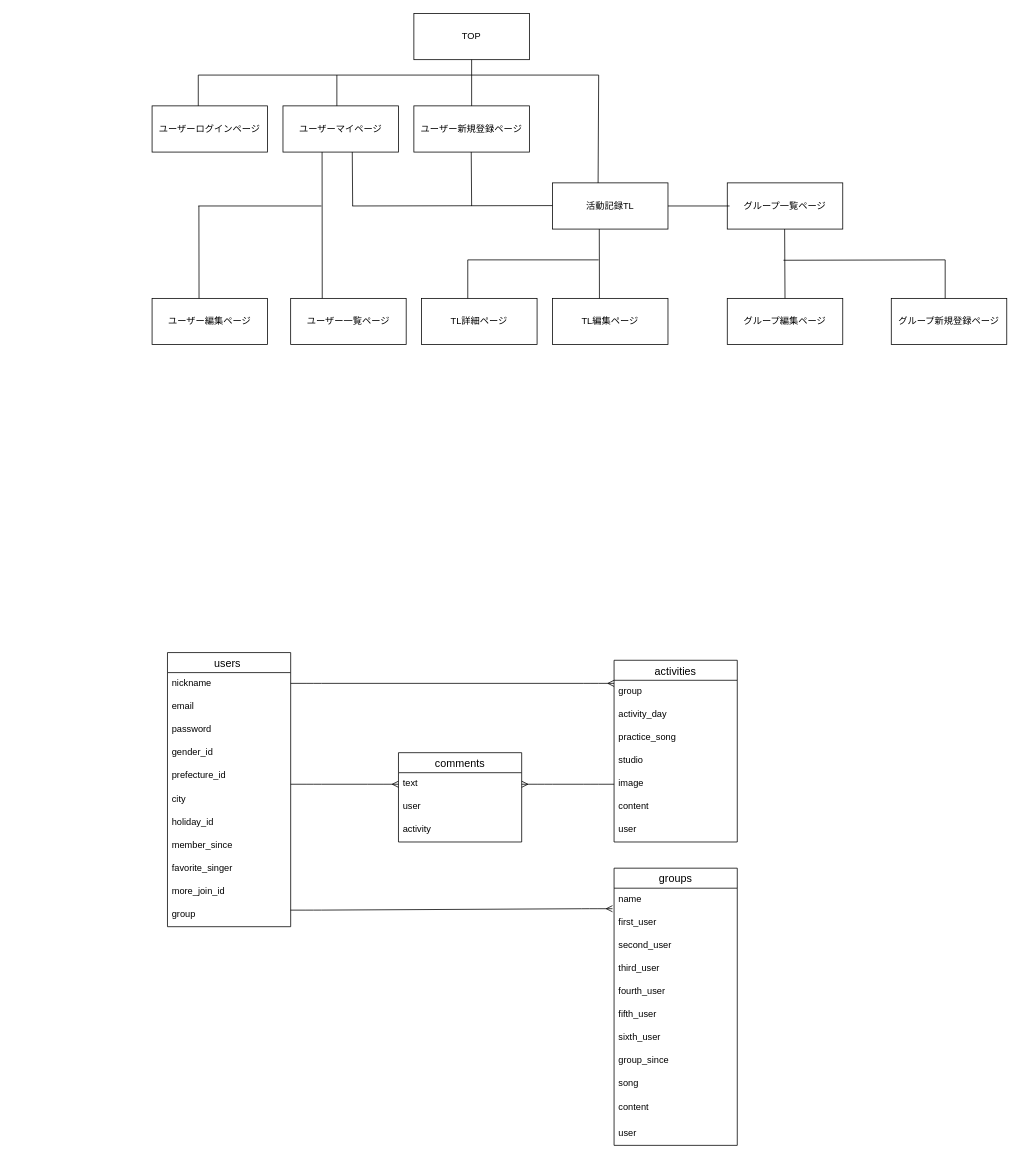
Above: test.dio in kazuhira1228/swap-song (draw.io), before the change. Source tidied: cells renumbered, new cells numbered last; positions are measured from the earlier drawing's top-left corner, leaving out a move shared by most shapes. Both pictures are drawn from the tidied source at 77%, with x=0, y=0 at pixel (152, 13).
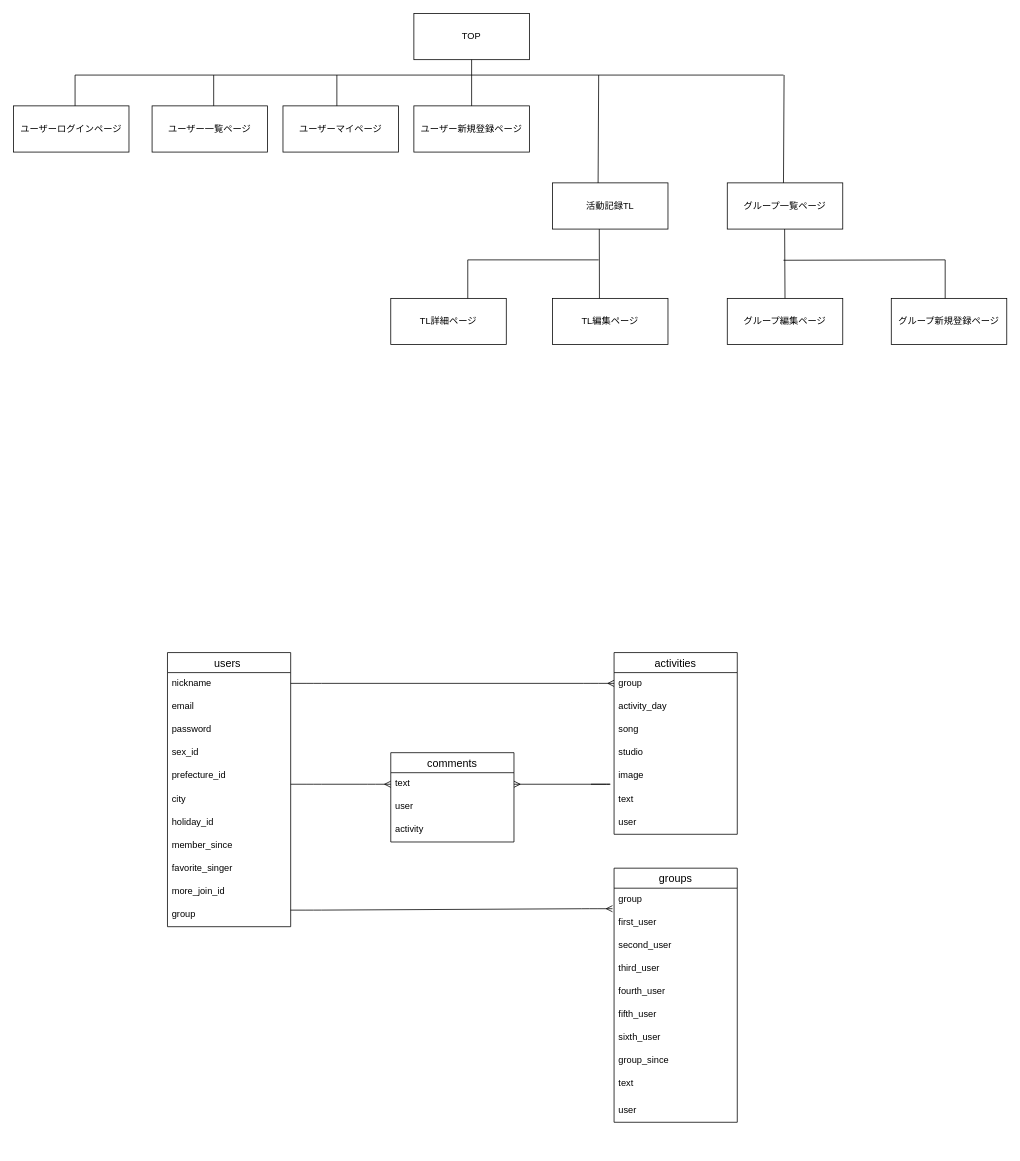
The same page after the edit.

Unchanged cells that the change refers to:
```xml
<mxCell id="12" value="users " style="swimlane;fontStyle=0;horizontal=1;startSize=26;align=center;fontSize=14;" parent="1" vertex="1">
  <mxGeometry x="20" y="830" width="160" height="356" as="geometry" />
</mxCell>
<mxCell id="29" value="image" style="text;strokeColor=none;fillColor=none;spacingLeft=4;spacingRight=4;overflow=hidden;points=[[0,0.5],[1,0.5]];portConstraint=eastwest;fontSize=12;" parent="24" vertex="1">
  <mxGeometry y="146" width="160" height="30" as="geometry" />
</mxCell>
<mxCell id="45" value="text" style="text;strokeColor=none;fillColor=none;spacingLeft=4;spacingRight=4;overflow=hidden;points=[[0,0.5],[1,0.5]];portConstraint=eastwest;fontSize=12;" parent="44" vertex="1">
  <mxGeometry y="26" width="160" height="30" as="geometry" />
</mxCell>
```

What changed in the source:
```diff
@@
     <mxCell id="3" value="ユーザーログインページ" style="whiteSpace=wrap;html=1;align=center;newEdgeStyle={&quot;edgeStyle&quot;:&quot;elbowEdgeStyle&quot;,&quot;startArrow&quot;:&quot;none&quot;,&quot;endArrow&quot;:&quot;none&quot;};" parent="1" vertex="1">
-      <mxGeometry y="120" width="150" height="60" as="geometry" />
+      <mxGeometry x="-180" y="120" width="150" height="60" as="geometry" />
     </mxCell>
@@
-    <mxCell id="5" value="ユーザーマイページ" style="whiteSpace=wrap;html=1;align=center;newEdgeStyle={&quot;edgeStyle&quot;:&quot;elbowEdgeStyle&quot;,&quot;startArrow&quot;:&quot;none&quot;,&quot;endArrow&quot;:&quot;none&quot;};" parent="1" vertex="1">
-      <mxGeometry x="170" y="120" width="150" height="60" as="geometry" />
-    </mxCell>
     <mxCell id="6" value="ユーザー一覧ページ" style="whiteSpace=wrap;html=1;align=center;newEdgeStyle={&quot;edgeStyle&quot;:&quot;elbowEdgeStyle&quot;,&quot;startArrow&quot;:&quot;none&quot;,&quot;endArrow&quot;:&quot;none&quot;};" parent="1" vertex="1">
-      <mxGeometry x="180" y="370" width="150" height="60" as="geometry" />
+      <mxGeometry y="120" width="150" height="60" as="geometry" />
     </mxCell>
@@
-    <mxCell id="16" value="gender_id" style="text;strokeColor=none;fillColor=none;spacingLeft=4;spacingRight=4;overflow=hidden;fontSize=12;" parent="12" vertex="1">
+    <mxCell id="16" value="sex_id" style="text;strokeColor=none;fillColor=none;spacingLeft=4;spacingRight=4;overflow=hidden;fontSize=12;" parent="12" vertex="1">
       <mxGeometry y="116" width="160" height="30" as="geometry" />
     </mxCell>
@@
     <mxCell id="24" value="activities" style="swimlane;fontStyle=0;horizontal=1;startSize=26;align=center;fontSize=14;" parent="1" vertex="1">
-      <mxGeometry x="600" y="840" width="160" height="236" as="geometry" />
+      <mxGeometry x="600" y="830" width="160" height="236" as="geometry" />
     </mxCell>
@@
-    <mxCell id="27" value="practice_song" style="text;strokeColor=none;fillColor=none;spacingLeft=4;spacingRight=4;overflow=hidden;fontSize=12;" parent="24" vertex="1">
+    <mxCell id="27" value="song" style="text;strokeColor=none;fillColor=none;spacingLeft=4;spacingRight=4;overflow=hidden;fontSize=12;" parent="24" vertex="1">
       <mxGeometry y="86" width="160" height="30" as="geometry" />
     </mxCell>
@@
-    <mxCell id="30" value="content" style="text;strokeColor=none;fillColor=none;spacingLeft=4;spacingRight=4;overflow=hidden;fontSize=12;" parent="24" vertex="1">
+    <mxCell id="30" value="text" style="text;strokeColor=none;fillColor=none;spacingLeft=4;spacingRight=4;overflow=hidden;fontSize=12;" parent="24" vertex="1">
       <mxGeometry y="176" width="160" height="30" as="geometry" />
     </mxCell>
@@
     <mxCell id="32" value="groups" style="swimlane;fontStyle=0;horizontal=1;startSize=26;align=center;fontSize=14;" parent="1" vertex="1">
-      <mxGeometry x="600" y="1110" width="160" height="360" as="geometry" />
+      <mxGeometry x="600" y="1110" width="160" height="330" as="geometry" />
     </mxCell>
-    <mxCell id="33" value="name" style="text;strokeColor=none;fillColor=none;spacingLeft=4;spacingRight=4;overflow=hidden;points=[[0,0.5],[1,0.5]];portConstraint=eastwest;fontSize=12;" parent="32" vertex="1">
+    <mxCell id="33" value="group" style="text;strokeColor=none;fillColor=none;spacingLeft=4;spacingRight=4;overflow=hidden;points=[[0,0.5],[1,0.5]];portConstraint=eastwest;fontSize=12;" parent="32" vertex="1">
       <mxGeometry y="26" width="160" height="30" as="geometry" />
     </mxCell>
@@
-    <mxCell id="41" value="song" style="text;strokeColor=none;fillColor=none;spacingLeft=4;spacingRight=4;overflow=hidden;fontSize=12;" parent="32" vertex="1">
-      <mxGeometry y="266" width="160" height="30" as="geometry" />
-    </mxCell>
-    <mxCell id="42" value="content" style="text;strokeColor=none;fillColor=none;spacingLeft=4;spacingRight=4;overflow=hidden;fontSize=12;" parent="32" vertex="1">
-      <mxGeometry y="296" width="160" height="34" as="geometry" />
+    <mxCell id="42" value="text" style="text;strokeColor=none;fillColor=none;spacingLeft=4;spacingRight=4;overflow=hidden;fontSize=12;" parent="32" vertex="1">
+      <mxGeometry y="266" width="160" height="34" as="geometry" />
     </mxCell>
     <mxCell id="43" value="user" style="text;strokeColor=none;fillColor=none;spacingLeft=4;spacingRight=4;overflow=hidden;fontSize=12;" parent="32" vertex="1">
-      <mxGeometry y="330" width="160" height="30" as="geometry" />
+      <mxGeometry y="300" width="160" height="30" as="geometry" />
     </mxCell>
     <mxCell id="44" value="comments" style="swimlane;fontStyle=0;horizontal=1;startSize=26;align=center;fontSize=14;" parent="1" vertex="1">
-      <mxGeometry x="320" y="960" width="160" height="116" as="geometry" />
+      <mxGeometry x="310" y="960" width="160" height="116" as="geometry" />
     </mxCell>
@@
-    <mxCell id="51" style="edgeStyle=entityRelationEdgeStyle;fontSize=12;html=1;endArrow=ERmany;entryX=1;entryY=0.5;entryDx=0;entryDy=0;exitX=0;exitY=0.5;exitDx=0;exitDy=0;" parent="1" edge="1" source="29" target="45">
-      <mxGeometry relative="1" as="geometry" />
+    <mxCell id="51" style="edgeStyle=entityRelationEdgeStyle;fontSize=12;html=1;endArrow=ERmany;entryX=1;entryY=0.5;entryDx=0;entryDy=0;" parent="1" edge="1" target="45">
+      <mxGeometry relative="1" as="geometry">
+        <mxPoint x="570" y="1001" as="sourcePoint" />
+      </mxGeometry>
     </mxCell>
@@
     <mxCell id="54" style="endArrow=none;html=1;" parent="1" edge="1">
       <mxGeometry relative="1" as="geometry">
-        <mxPoint x="60" y="80" as="sourcePoint" />
-        <mxPoint x="580" y="80" as="targetPoint" />
+        <mxPoint x="-100" y="80" as="sourcePoint" />
+        <mxPoint x="820" y="80" as="targetPoint" />
       </mxGeometry>
     </mxCell>
@@
-    <mxCell id="56" style="endArrow=none;html=1;entryX=0.5;entryY=1;entryDx=0;entryDy=0;" parent="1" edge="1">
-      <mxGeometry relative="1" as="geometry">
-        <mxPoint x="240" y="120" as="sourcePoint" />
-        <mxPoint x="240" y="80" as="targetPoint" />
-      </mxGeometry>
-    </mxCell>
-    <mxCell id="57" style="endArrow=none;html=1;entryX=0.5;entryY=1;entryDx=0;entryDy=0;" parent="1" edge="1">
-      <mxGeometry relative="1" as="geometry">
-        <mxPoint x="60" y="120" as="sourcePoint" />
-        <mxPoint x="60" y="80" as="targetPoint" />
-      </mxGeometry>
-    </mxCell>
@@
-    <mxCell id="59" style="endArrow=none;html=1;" parent="1" edge="1">
-      <mxGeometry relative="1" as="geometry">
-        <mxPoint x="260" y="250" as="sourcePoint" />
-        <mxPoint x="520" y="249.5" as="targetPoint" />
-      </mxGeometry>
-    </mxCell>
-    <mxCell id="60" style="endArrow=none;html=1;entryX=0.5;entryY=1;entryDx=0;entryDy=0;" parent="1" edge="1">
-      <mxGeometry relative="1" as="geometry">
-        <mxPoint x="415" y="250" as="sourcePoint" />
-        <mxPoint x="414.5" y="180" as="targetPoint" />
-      </mxGeometry>
-    </mxCell>
-    <mxCell id="61" style="endArrow=none;html=1;entryX=0.5;entryY=1;entryDx=0;entryDy=0;" parent="1" edge="1">
-      <mxGeometry relative="1" as="geometry">
-        <mxPoint x="260.5" y="250" as="sourcePoint" />
-        <mxPoint x="260" y="180" as="targetPoint" />
-      </mxGeometry>
-    </mxCell>
-    <mxCell id="62" style="endArrow=none;html=1;" parent="1" edge="1">
-      <mxGeometry relative="1" as="geometry">
-        <mxPoint x="670" y="250" as="sourcePoint" />
-        <mxPoint x="750" y="250" as="targetPoint" />
-      </mxGeometry>
-    </mxCell>
@@
-    <mxCell id="66" value="ユーザー編集ページ" style="whiteSpace=wrap;html=1;align=center;newEdgeStyle={&quot;edgeStyle&quot;:&quot;elbowEdgeStyle&quot;,&quot;startArrow&quot;:&quot;none&quot;,&quot;endArrow&quot;:&quot;none&quot;};" parent="1" vertex="1">
-      <mxGeometry y="370" width="150" height="60" as="geometry" />
-    </mxCell>
-    <mxCell id="67" style="endArrow=none;html=1;" parent="1" edge="1">
-      <mxGeometry relative="1" as="geometry">
-        <mxPoint x="221" y="370" as="sourcePoint" />
-        <mxPoint x="220.8" y="180" as="targetPoint" />
-      </mxGeometry>
-    </mxCell>
-    <mxCell id="68" style="endArrow=none;html=1;" parent="1" edge="1">
-      <mxGeometry relative="1" as="geometry">
-        <mxPoint x="60" y="250" as="sourcePoint" />
-        <mxPoint x="220" y="250" as="targetPoint" />
-      </mxGeometry>
-    </mxCell>
-    <mxCell id="69" style="endArrow=none;html=1;" parent="1" edge="1">
-      <mxGeometry relative="1" as="geometry">
-        <mxPoint x="61" y="370" as="sourcePoint" />
-        <mxPoint x="60.8" y="250" as="targetPoint" />
-      </mxGeometry>
-    </mxCell>
     <mxCell id="70" value="TL詳細ページ" style="whiteSpace=wrap;html=1;align=center;newEdgeStyle={&quot;edgeStyle&quot;:&quot;elbowEdgeStyle&quot;,&quot;startArrow&quot;:&quot;none&quot;,&quot;endArrow&quot;:&quot;none&quot;};" parent="1" vertex="1">
-      <mxGeometry x="350" y="370" width="150" height="60" as="geometry" />
+      <mxGeometry x="310" y="370" width="150" height="60" as="geometry" />
     </mxCell>
@@
+    <mxCell id="73" style="endArrow=none;html=1;exitX=0.395;exitY=0.001;exitDx=0;exitDy=0;exitPerimeter=0;" parent="1" edge="1">
+      <mxGeometry relative="1" as="geometry">
+        <mxPoint x="820" y="220" as="sourcePoint" />
+        <mxPoint x="820.8" y="79.9" as="targetPoint" />
+      </mxGeometry>
+    </mxCell>
+    <mxCell id="5" value="ユーザーマイページ" style="whiteSpace=wrap;html=1;align=center;newEdgeStyle={&quot;edgeStyle&quot;:&quot;elbowEdgeStyle&quot;,&quot;startArrow&quot;:&quot;none&quot;,&quot;endArrow&quot;:&quot;none&quot;};" parent="1" vertex="1">
+      <mxGeometry x="170" y="120" width="150" height="60" as="geometry" />
+    </mxCell>
+    <mxCell id="74" style="endArrow=none;html=1;" parent="1" edge="1">
+      <mxGeometry relative="1" as="geometry">
+        <mxPoint x="240" y="120" as="sourcePoint" />
+        <mxPoint x="240" y="80" as="targetPoint" />
+      </mxGeometry>
+    </mxCell>
+    <mxCell id="75" style="endArrow=none;html=1;" parent="1" edge="1">
+      <mxGeometry relative="1" as="geometry">
+        <mxPoint x="80" y="120" as="sourcePoint" />
+        <mxPoint x="80" y="80" as="targetPoint" />
+      </mxGeometry>
+    </mxCell>
+    <mxCell id="76" style="endArrow=none;html=1;" parent="1" edge="1">
+      <mxGeometry relative="1" as="geometry">
+        <mxPoint x="-100" y="120" as="sourcePoint" />
+        <mxPoint x="-100" y="80" as="targetPoint" />
+      </mxGeometry>
+    </mxCell>
```
